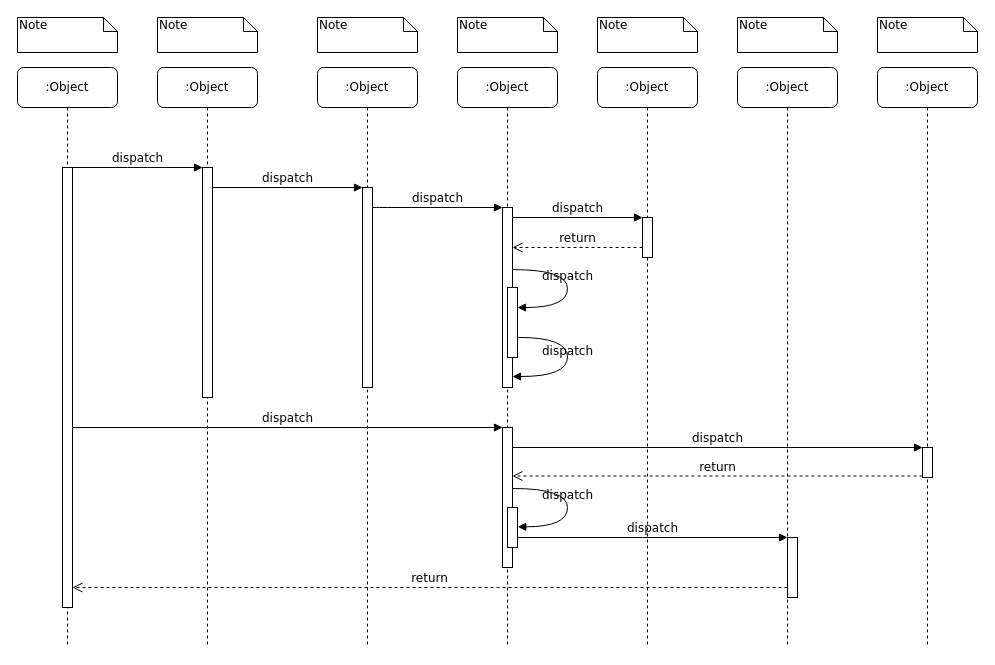
The draw.io diagram Untitled Diagram.drawio in LarryLuo1/Diagrams, before the edit. Source tidied: cells renumbered, new cells numbered last; positions are measured from the earlier drawing's top-left corner, leaving out a move shared by most shapes. Both pictures are drawn from the tidied source at 100%, with x=0, y=0 at pixel (17, 17).
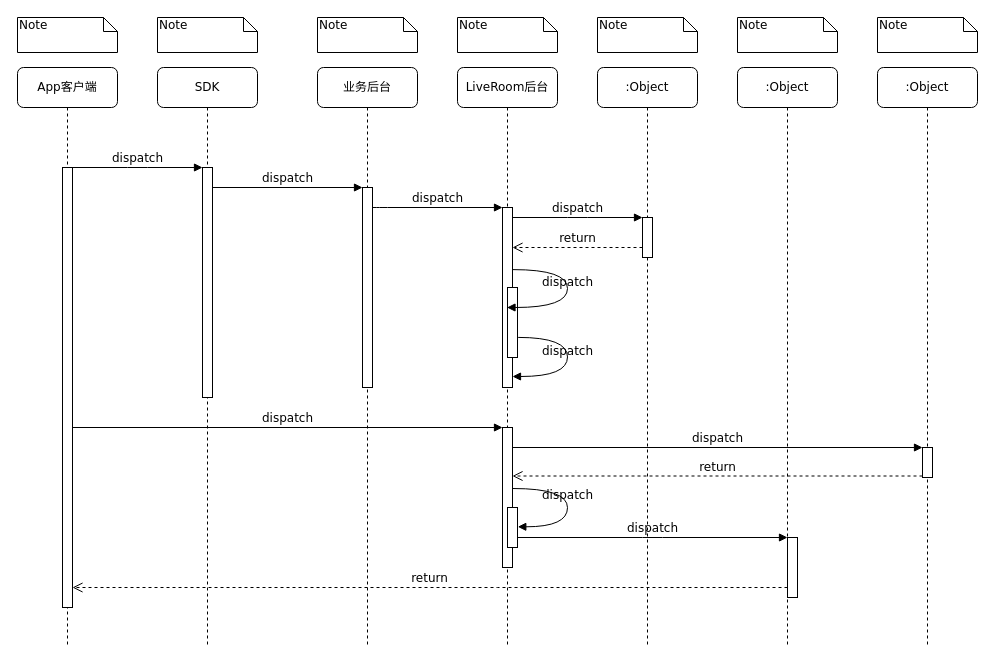
The same page after the edit.

The change refers to these unchanged cells:
```xml
<mxCell id="12" style="html=1;points=[];perimeter=orthogonalPerimeter;rounded=0;shadow=0;comic=0;labelBackgroundColor=none;strokeWidth=1;fontFamily=Verdana;fontSize=12;align=center;" parent="1" vertex="1">
  <mxGeometry x="485" y="190" width="10" height="180" as="geometry" />
</mxCell>
<mxCell id="27" style="html=1;points=[];perimeter=orthogonalPerimeter;rounded=0;shadow=0;comic=0;labelBackgroundColor=none;strokeWidth=1;fontFamily=Verdana;fontSize=12;align=center;" parent="1" vertex="1">
  <mxGeometry x="490" y="270" width="10" height="70" as="geometry" />
</mxCell>
```

Change to the diagram source:
```diff
@@
-    <mxCell id="2" value=":Object" style="shape=umlLifeline;perimeter=lifelinePerimeter;whiteSpace=wrap;html=1;rounded=1;shadow=0;comic=0;labelBackgroundColor=none;strokeWidth=1;fontFamily=Verdana;fontSize=12;align=center;" parent="1" vertex="1">
+    <mxCell id="2" value="SDK" style="shape=umlLifeline;perimeter=lifelinePerimeter;whiteSpace=wrap;html=1;rounded=1;shadow=0;comic=0;labelBackgroundColor=none;strokeWidth=1;fontFamily=Verdana;fontSize=12;align=center;" parent="1" vertex="1">
       <mxGeometry x="140" y="50" width="100" height="580" as="geometry" />
     </mxCell>
@@
-    <mxCell id="4" value=":Object" style="shape=umlLifeline;perimeter=lifelinePerimeter;whiteSpace=wrap;html=1;rounded=1;shadow=0;comic=0;labelBackgroundColor=none;strokeWidth=1;fontFamily=Verdana;fontSize=12;align=center;" parent="1" vertex="1">
+    <mxCell id="4" value="业务后台" style="shape=umlLifeline;perimeter=lifelinePerimeter;whiteSpace=wrap;html=1;rounded=1;shadow=0;comic=0;labelBackgroundColor=none;strokeWidth=1;fontFamily=Verdana;fontSize=12;align=center;" parent="1" vertex="1">
       <mxGeometry x="300" y="50" width="100" height="580" as="geometry" />
     </mxCell>
@@
-    <mxCell id="6" value=":Object" style="shape=umlLifeline;perimeter=lifelinePerimeter;whiteSpace=wrap;html=1;outlineConnect=0;rounded=1;shadow=0;comic=0;labelBackgroundColor=none;strokeWidth=1;fontFamily=Verdana;fontSize=12;align=center;" parent="1" vertex="1">
+    <mxCell id="6" value="LiveRoom后台" style="shape=umlLifeline;perimeter=lifelinePerimeter;whiteSpace=wrap;html=1;outlineConnect=0;rounded=1;shadow=0;comic=0;labelBackgroundColor=none;strokeWidth=1;fontFamily=Verdana;fontSize=12;align=center;" parent="1" vertex="1">
       <mxGeometry x="440" y="50" width="100" height="580" as="geometry" />
     </mxCell>
@@
-    <mxCell id="10" value=":Object" style="shape=umlLifeline;perimeter=lifelinePerimeter;whiteSpace=wrap;html=1;rounded=1;shadow=0;comic=0;labelBackgroundColor=none;strokeWidth=1;fontFamily=Verdana;fontSize=12;align=center;" parent="1" vertex="1">
+    <mxCell id="10" value="App客户端" style="shape=umlLifeline;perimeter=lifelinePerimeter;whiteSpace=wrap;html=1;rounded=1;shadow=0;comic=0;labelBackgroundColor=none;strokeWidth=1;fontFamily=Verdana;fontSize=12;align=center;" parent="1" vertex="1">
       <mxGeometry y="50" width="100" height="580" as="geometry" />
     </mxCell>
@@
-    <mxCell id="28" value="dispatch" style="html=1;verticalAlign=bottom;endArrow=block;labelBackgroundColor=none;fontFamily=Verdana;fontSize=12;elbow=vertical;edgeStyle=orthogonalEdgeStyle;curved=1;entryX=1;entryY=0.286;entryPerimeter=0;exitX=1.038;exitY=0.345;exitPerimeter=0;" parent="1" edge="1" source="12" target="27">
+    <mxCell id="28" value="dispatch" style="html=1;verticalAlign=bottom;endArrow=block;labelBackgroundColor=none;fontFamily=Verdana;fontSize=12;elbow=vertical;edgeStyle=orthogonalEdgeStyle;curved=1;exitX=1.038;exitY=0.345;exitPerimeter=0;" parent="1" edge="1" source="12" target="6">
       <mxGeometry relative="1" as="geometry">
         <Array as="points">
           <mxPoint x="550" y="252" />
           <mxPoint x="550" y="290" />
         </Array>
       </mxGeometry>
     </mxCell>
```
